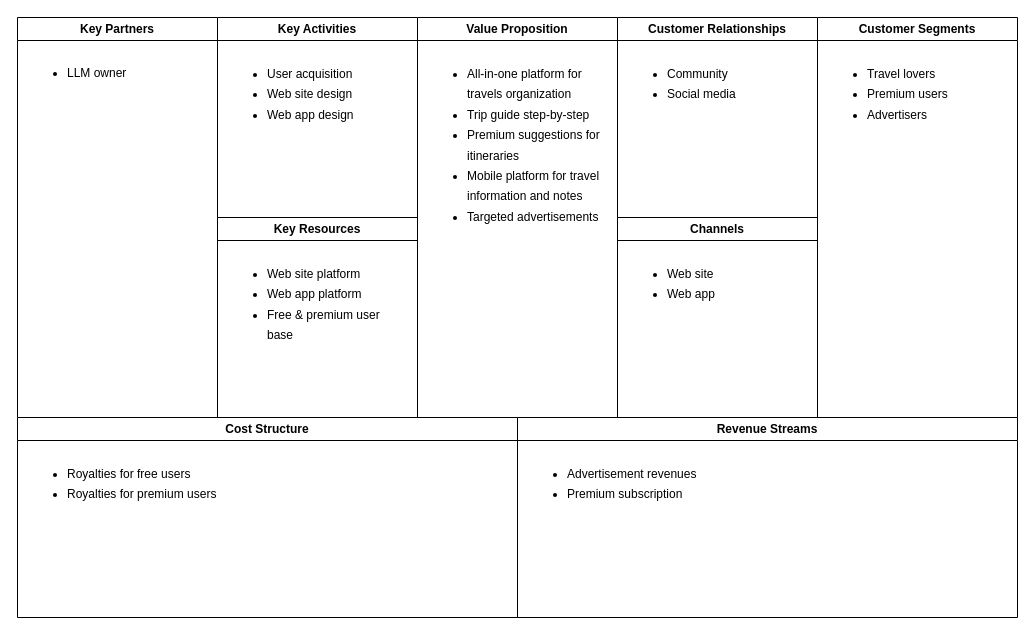
This is documents/assets/business-model.drawio from DiscoverWithAI/discoverwithai.github.io, a draw.io file, before an edit. Source tidied: cells renumbered, new cells numbered last; positions are measured from the earlier drawing's top-left corner, leaving out a move shared by most shapes. Both pictures are drawn from the tidied source at 100%, with x=0, y=0 at pixel (17, 17).
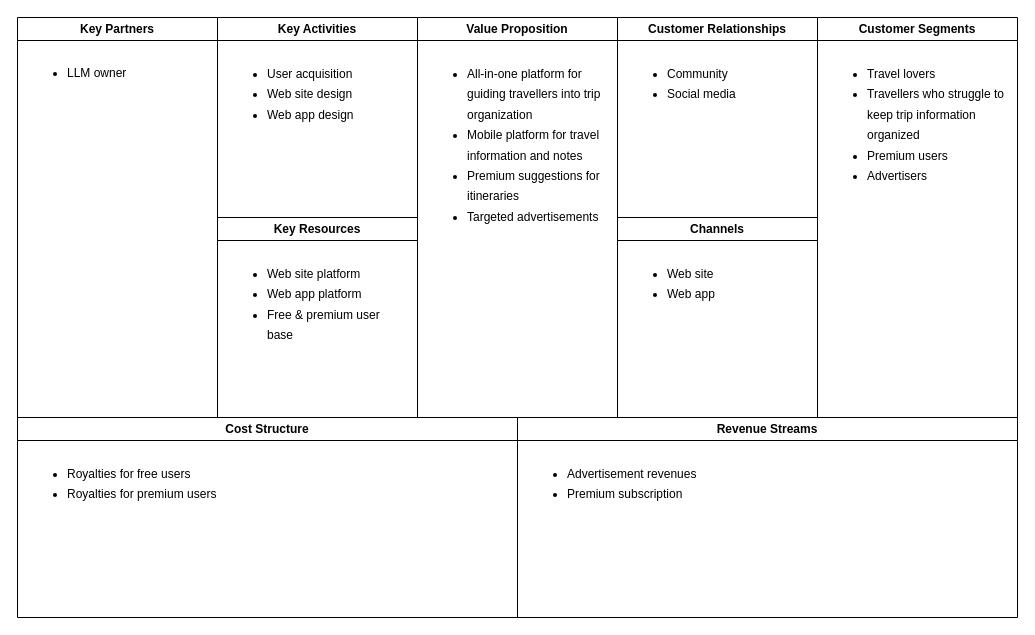
After the change.

Diff of the diagram source:
```diff
@@
 <mxGraphModel>
   <root>
     <mxCell id="0" />
     <mxCell id="1" parent="0" />
     <mxCell id="2" value="Key Partners" style="swimlane;whiteSpace=wrap;html=1;" parent="1" vertex="1">
       <mxGeometry width="200" height="400" as="geometry" />
     </mxCell>
     <mxCell id="3" value="&lt;ul style=&quot;line-height: 150%;&quot;&gt;&lt;li&gt;&lt;span&gt;LLM owner&lt;/span&gt;&lt;/li&gt;&lt;/ul&gt;" style="text;strokeColor=none;fillColor=none;html=1;whiteSpace=wrap;verticalAlign=top;overflow=hidden;spacing=0;" parent="2" vertex="1">
       <mxGeometry x="10" y="30" width="180" height="80" as="geometry" />
     </mxCell>
     <mxCell id="4" value="Key Activities" style="swimlane;whiteSpace=wrap;html=1;" parent="1" vertex="1">
       <mxGeometry x="200" width="200" height="200" as="geometry" />
     </mxCell>
     <mxCell id="5" value="&lt;ul style=&quot;line-height: 170%;&quot;&gt;&lt;li&gt;User acquisition&lt;/li&gt;&lt;li&gt;Web site design&lt;/li&gt;&lt;li&gt;Web app design&lt;/li&gt;&lt;/ul&gt;" style="text;strokeColor=none;fillColor=none;html=1;whiteSpace=wrap;verticalAlign=top;overflow=hidden;spacing=0;" parent="4" vertex="1">
       <mxGeometry x="10" y="30" width="180" height="160" as="geometry" />
     </mxCell>
     <mxCell id="6" value="Key Resources" style="swimlane;whiteSpace=wrap;html=1;" parent="1" vertex="1">
       <mxGeometry x="200" y="200" width="200" height="200" as="geometry" />
     </mxCell>
     <mxCell id="7" value="&lt;ul style=&quot;line-height: 170%;&quot;&gt;&lt;li&gt;Web site platform&lt;/li&gt;&lt;li&gt;Web app platform&lt;/li&gt;&lt;li&gt;Free &amp;amp; premium user base&lt;/li&gt;&lt;/ul&gt;" style="text;strokeColor=none;fillColor=none;html=1;whiteSpace=wrap;verticalAlign=top;overflow=hidden;spacing=0;" parent="6" vertex="1">
       <mxGeometry x="10" y="30" width="180" height="160" as="geometry" />
     </mxCell>
     <mxCell id="8" value="Value Proposition" style="swimlane;whiteSpace=wrap;html=1;" parent="1" vertex="1">
       <mxGeometry x="400" width="200" height="400" as="geometry" />
     </mxCell>
-    <mxCell id="9" value="&lt;ul style=&quot;line-height: 170%;&quot;&gt;&lt;li&gt;All-in-one platform for travels organization&lt;/li&gt;&lt;li&gt;Trip guide step-by-step&lt;/li&gt;&lt;li&gt;Premium suggestions for itineraries&lt;/li&gt;&lt;li&gt;Mobile platform for travel information and notes&lt;/li&gt;&lt;li&gt;Targeted advertisements&lt;/li&gt;&lt;/ul&gt;" style="text;strokeColor=none;fillColor=none;html=1;whiteSpace=wrap;verticalAlign=top;overflow=hidden;spacing=0;" parent="8" vertex="1">
+    <mxCell id="9" value="&lt;ul style=&quot;line-height: 170%;&quot;&gt;&lt;li&gt;All-in-one platform for guiding travellers into trip organization&lt;/li&gt;&lt;li&gt;Mobile platform for travel information and notes&lt;/li&gt;&lt;li&gt;Premium suggestions for itineraries&lt;/li&gt;&lt;li&gt;Targeted advertisements&lt;/li&gt;&lt;/ul&gt;" style="text;strokeColor=none;fillColor=none;html=1;whiteSpace=wrap;verticalAlign=top;overflow=hidden;spacing=0;" parent="8" vertex="1">
       <mxGeometry x="10" y="30" width="180" height="240" as="geometry" />
     </mxCell>
     <mxCell id="10" value="Customer Relationships" style="swimlane;whiteSpace=wrap;html=1;" parent="1" vertex="1">
       <mxGeometry x="600" width="200" height="200" as="geometry" />
     </mxCell>
     <mxCell id="11" value="&lt;ul style=&quot;line-height: 170%;&quot;&gt;&lt;li&gt;Community&lt;/li&gt;&lt;li&gt;Social media&lt;/li&gt;&lt;/ul&gt;" style="text;strokeColor=none;fillColor=none;html=1;whiteSpace=wrap;verticalAlign=top;overflow=hidden;spacing=0;" parent="10" vertex="1">
       <mxGeometry x="10" y="30" width="180" height="160" as="geometry" />
     </mxCell>
     <mxCell id="12" value="Channels" style="swimlane;whiteSpace=wrap;html=1;" parent="1" vertex="1">
       <mxGeometry x="600" y="200" width="200" height="200" as="geometry" />
     </mxCell>
     <mxCell id="13" value="&lt;ul style=&quot;line-height: 170%;&quot;&gt;&lt;li&gt;Web site&lt;/li&gt;&lt;li&gt;Web app&lt;/li&gt;&lt;/ul&gt;" style="text;strokeColor=none;fillColor=none;html=1;whiteSpace=wrap;verticalAlign=top;overflow=hidden;spacing=0;" parent="12" vertex="1">
       <mxGeometry x="10" y="30" width="180" height="160" as="geometry" />
     </mxCell>
     <mxCell id="14" value="Customer Segments" style="swimlane;whiteSpace=wrap;html=1;" parent="1" vertex="1">
       <mxGeometry x="800" width="200" height="400" as="geometry" />
     </mxCell>
-    <mxCell id="15" value="&lt;ul style=&quot;line-height: 170%;&quot;&gt;&lt;li&gt;Travel lovers&lt;/li&gt;&lt;li&gt;Premium users&lt;/li&gt;&lt;li&gt;Advertisers&lt;/li&gt;&lt;/ul&gt;" style="text;strokeColor=none;fillColor=none;html=1;whiteSpace=wrap;verticalAlign=top;overflow=hidden;spacing=0;" parent="14" vertex="1">
+    <mxCell id="15" value="&lt;ul style=&quot;line-height: 170%;&quot;&gt;&lt;li&gt;Travel lovers&lt;/li&gt;&lt;li&gt;Travellers who struggle to keep trip information organized&lt;/li&gt;&lt;li&gt;Premium users&lt;/li&gt;&lt;li&gt;Advertisers&lt;/li&gt;&lt;/ul&gt;" style="text;strokeColor=none;fillColor=none;html=1;whiteSpace=wrap;verticalAlign=top;overflow=hidden;spacing=0;" parent="14" vertex="1">
       <mxGeometry x="10" y="30" width="180" height="160" as="geometry" />
     </mxCell>
     <mxCell id="16" value="Cost Structure" style="swimlane;whiteSpace=wrap;html=1;" parent="1" vertex="1">
       <mxGeometry y="400" width="500" height="200" as="geometry" />
     </mxCell>
     <mxCell id="17" value="&lt;ul style=&quot;line-height: 170%;&quot;&gt;&lt;li&gt;Royalties for free users&lt;/li&gt;&lt;li&gt;Royalties for premium users&lt;/li&gt;&lt;/ul&gt;" style="text;strokeColor=none;fillColor=none;html=1;whiteSpace=wrap;verticalAlign=top;overflow=hidden;spacing=0;" parent="16" vertex="1">
       <mxGeometry x="10" y="30" width="480" height="160" as="geometry" />
     </mxCell>
     <mxCell id="18" value="Revenue Streams" style="swimlane;whiteSpace=wrap;html=1;" parent="1" vertex="1">
       <mxGeometry x="500" y="400" width="500" height="200" as="geometry" />
     </mxCell>
     <mxCell id="19" value="&lt;ul style=&quot;line-height: 170%;&quot;&gt;&lt;li&gt;Advertisement revenues&lt;/li&gt;&lt;li&gt;Premium subscription&lt;/li&gt;&lt;/ul&gt;" style="text;strokeColor=none;fillColor=none;html=1;whiteSpace=wrap;verticalAlign=top;overflow=hidden;spacing=0;" parent="18" vertex="1">
       <mxGeometry x="10" y="30" width="480" height="160" as="geometry" />
     </mxCell>
   </root>
 </mxGraphModel>
```
